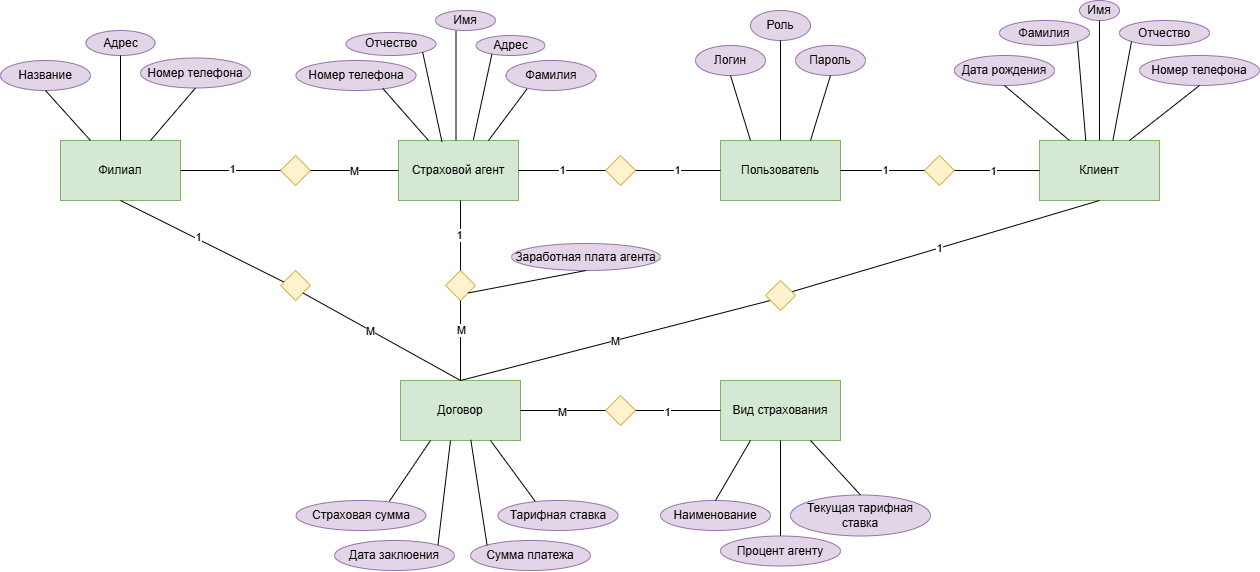
Maria-Git2025/-2- keeps this draw.io diagram as Инфологическая модель.png. Above is the earlier version. Source tidied: cells renumbered, new cells last; positions are measured from the earlier drawing's top-left corner, leaving out a move shared by most shapes.
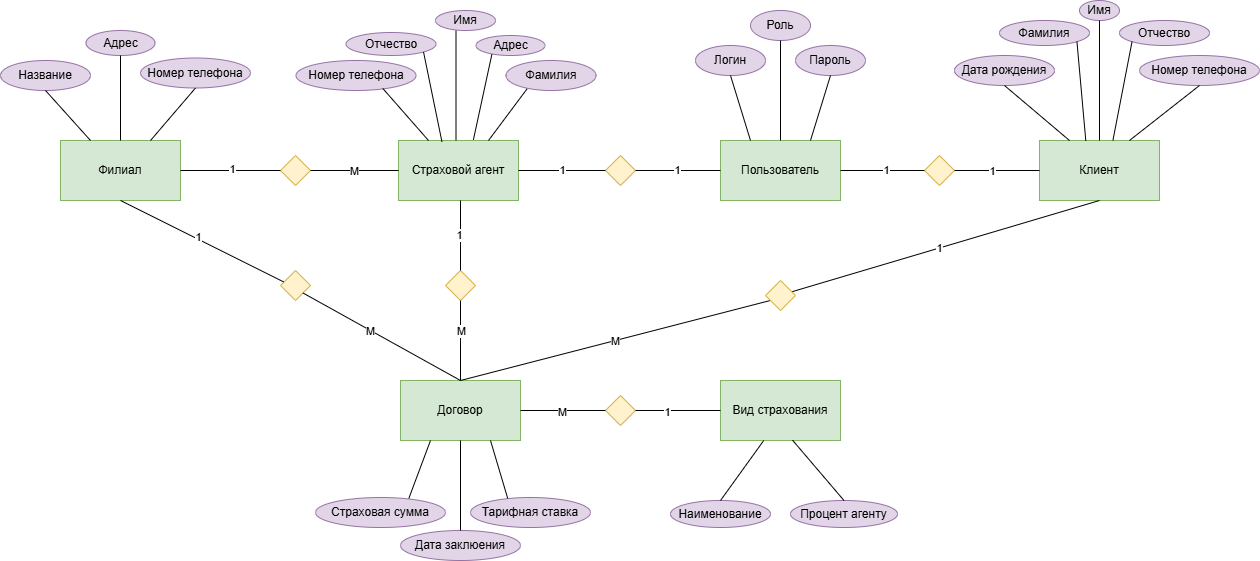
After the commit.

Commit message:
Окончательный вариант инфологической модели: убраны некоторые атрибуты

Change to the diagram source:
```diff
@@ -103,7 +103,7 @@
       <mxGeometry x="-0.26" y="-1" relative="1" as="geometry" />
     </mxCell>
     <mxCell id="32" value="Наименование" style="ellipse;whiteSpace=wrap;html=1;fillColor=#e1d5e7;strokeColor=#9673a6;" parent="1" vertex="1">
-      <mxGeometry x="660" y="500" width="110" height="30" as="geometry" />
+      <mxGeometry x="670" y="500" width="100" height="27" as="geometry" />
     </mxCell>
     <mxCell id="33" value="Адрес" style="ellipse;whiteSpace=wrap;html=1;fillColor=#e1d5e7;strokeColor=#9673a6;" parent="1" vertex="1">
       <mxGeometry x="85.5" y="30" width="69" height="25" as="geometry" />
@@ -142,22 +142,19 @@
       <mxGeometry x="475.5" y="35" width="69" height="20" as="geometry" />
     </mxCell>
     <mxCell id="45" value="Дата заклюения" style="ellipse;whiteSpace=wrap;html=1;fillColor=#e1d5e7;strokeColor=#9673a6;" parent="1" vertex="1">
-      <mxGeometry x="334" y="540" width="120" height="30" as="geometry" />
+      <mxGeometry x="400" y="530" width="120" height="30" as="geometry" />
     </mxCell>
     <mxCell id="46" value="Страховая сумма" style="ellipse;whiteSpace=wrap;html=1;fillColor=#e1d5e7;strokeColor=#9673a6;" parent="1" vertex="1">
-      <mxGeometry x="295.5" y="500" width="130" height="30" as="geometry" />
+      <mxGeometry x="315" y="497" width="130" height="30" as="geometry" />
     </mxCell>
-    <mxCell id="47" value="Сумма платежа" style="ellipse;whiteSpace=wrap;html=1;fillColor=#e1d5e7;strokeColor=#9673a6;" parent="1" vertex="1">
-      <mxGeometry x="470" y="540" width="120" height="30" as="geometry" />
-    </mxCell>
     <mxCell id="48" value="Название" style="ellipse;whiteSpace=wrap;html=1;fillColor=#e1d5e7;strokeColor=#9673a6;" parent="1" vertex="1">
       <mxGeometry y="60" width="90" height="30" as="geometry" />
     </mxCell>
     <mxCell id="49" value="Тарифная ставка" style="ellipse;whiteSpace=wrap;html=1;fillColor=#e1d5e7;strokeColor=#9673a6;" parent="1" vertex="1">
-      <mxGeometry x="497.5" y="500" width="120" height="30" as="geometry" />
+      <mxGeometry x="470" y="497" width="120" height="30" as="geometry" />
     </mxCell>
     <mxCell id="50" value="Процент агенту" style="ellipse;whiteSpace=wrap;html=1;fillColor=#e1d5e7;strokeColor=#9673a6;" parent="1" vertex="1">
-      <mxGeometry x="720" y="535.5" width="120" height="30" as="geometry" />
+      <mxGeometry x="790" y="500" width="107" height="27" as="geometry" />
     </mxCell>
     <mxCell id="51" style="endArrow=none;html=1;rounded=0;entryX=0.5;entryY=1;entryDx=0;entryDy=0;exitX=0.5;exitY=0;exitDx=0;exitDy=0;" parent="1" edge="1" source="2" target="33">
       <mxGeometry relative="1" as="geometry" />
@@ -201,40 +198,21 @@
     <mxCell id="63" style="endArrow=none;html=1;rounded=0;entryX=0.234;entryY=0.946;entryDx=0;entryDy=0;exitX=0.75;exitY=0;exitDx=0;exitDy=0;entryPerimeter=0;" parent="1" edge="1" source="4" target="38">
       <mxGeometry relative="1" as="geometry" />
     </mxCell>
-    <mxCell id="64" style="endArrow=none;html=1;rounded=0;entryX=0.5;entryY=0;entryDx=0;entryDy=0;exitX=0.5;exitY=1;exitDx=0;exitDy=0;" parent="1" edge="1" source="5" target="50">
+    <mxCell id="64" style="endArrow=none;html=1;rounded=0;entryX=0.5;entryY=0;entryDx=0;entryDy=0;exitX=0.6;exitY=0.994;exitDx=0;exitDy=0;exitPerimeter=0;" parent="1" edge="1" source="5" target="50">
       <mxGeometry relative="1" as="geometry" />
     </mxCell>
-    <mxCell id="65" style="endArrow=none;html=1;rounded=0;exitX=0.5;exitY=0;exitDx=0;exitDy=0;entryX=0.25;entryY=1;entryDx=0;entryDy=0;" parent="1" edge="1" source="32" target="5">
+    <mxCell id="65" style="endArrow=none;html=1;rounded=0;exitX=0.5;exitY=0;exitDx=0;exitDy=0;entryX=0.36;entryY=1.001;entryDx=0;entryDy=0;entryPerimeter=0;" parent="1" edge="1" source="32" target="5">
       <mxGeometry relative="1" as="geometry" />
     </mxCell>
-    <mxCell id="66" style="endArrow=none;html=1;rounded=0;exitX=1;exitY=0;exitDx=0;exitDy=0;" parent="1" edge="1" source="45">
-      <mxGeometry relative="1" as="geometry">
-        <mxPoint x="450" y="440" as="targetPoint" />
-      </mxGeometry>
+    <mxCell id="66" style="endArrow=none;html=1;rounded=0;exitX=0.5;exitY=0;exitDx=0;exitDy=0;entryX=0.5;entryY=1;entryDx=0;entryDy=0;" parent="1" edge="1" source="45" target="3">
+      <mxGeometry relative="1" as="geometry" />
     </mxCell>
-    <mxCell id="67" style="endArrow=none;html=1;rounded=0;exitX=0;exitY=0;exitDx=0;exitDy=0;entryX=0.586;entryY=0.99;entryDx=0;entryDy=0;entryPerimeter=0;" parent="1" edge="1" source="47" target="3">
-      <mxGeometry relative="1" as="geometry" />
-    </mxCell>
     <mxCell id="68" style="endArrow=none;html=1;rounded=0;exitX=0.718;exitY=0.028;exitDx=0;exitDy=0;exitPerimeter=0;entryX=0.25;entryY=1;entryDx=0;entryDy=0;" parent="1" edge="1" source="46" target="3">
       <mxGeometry relative="1" as="geometry" />
     </mxCell>
     <mxCell id="69" style="endArrow=none;html=1;rounded=0;entryX=0.75;entryY=1;entryDx=0;entryDy=0;exitX=0.31;exitY=0.028;exitDx=0;exitDy=0;exitPerimeter=0;" parent="1" edge="1" source="49" target="3">
       <mxGeometry relative="1" as="geometry" />
     </mxCell>
-    <mxCell id="70" value="Заработная плата агента" style="ellipse;whiteSpace=wrap;html=1;fillColor=#e1d5e7;strokeColor=#9673a6;" parent="1" vertex="1">
-      <mxGeometry x="511" y="243" width="149" height="27" as="geometry" />
-    </mxCell>
-    <mxCell id="71" style="endArrow=none;html=1;rounded=0;exitX=0.5;exitY=1;exitDx=0;exitDy=0;entryX=1;entryY=1;entryDx=0;entryDy=0;" parent="1" edge="1" source="70" target="7">
-      <mxGeometry relative="1" as="geometry" />
-    </mxCell>
-    <mxCell id="72" value="Текущая тарифная ставка" style="ellipse;whiteSpace=wrap;html=1;fillColor=#e1d5e7;strokeColor=#9673a6;" parent="1" vertex="1">
-      <mxGeometry x="790" y="494.5" width="140" height="41" as="geometry" />
-    </mxCell>
-    <mxCell id="73" style="endArrow=none;html=1;rounded=0;entryX=0.5;entryY=0;entryDx=0;entryDy=0;exitX=0.75;exitY=1;exitDx=0;exitDy=0;" parent="1" edge="1" target="72">
-      <mxGeometry relative="1" as="geometry">
-        <mxPoint x="810" y="440" as="sourcePoint" />
-      </mxGeometry>
-    </mxCell>
     <mxCell id="74" value="Пользователь" style="rounded=0;whiteSpace=wrap;html=1;fillColor=#d5e8d4;strokeColor=#82b366;" parent="1" vertex="1">
       <mxGeometry x="720" y="140" width="120" height="60" as="geometry" />
     </mxCell>
```
